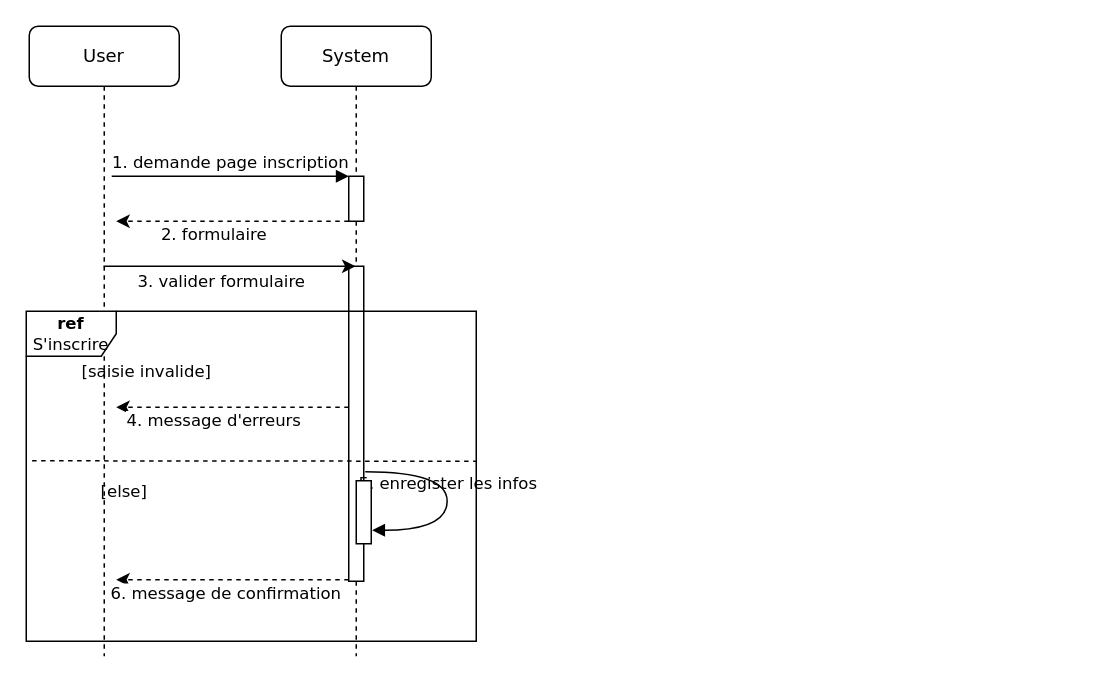
Above: uploads/Sequence.drawio in nourelhouda-taroudi/Maroc-Benevolat-Backend (draw.io), before the change. Source tidied: cells renumbered, new cells numbered last; positions are measured from the earlier drawing's top-left corner, leaving out a move shared by most shapes. Both pictures are drawn from the tidied source at 150%, with x=0, y=0 at pixel (26, 26).
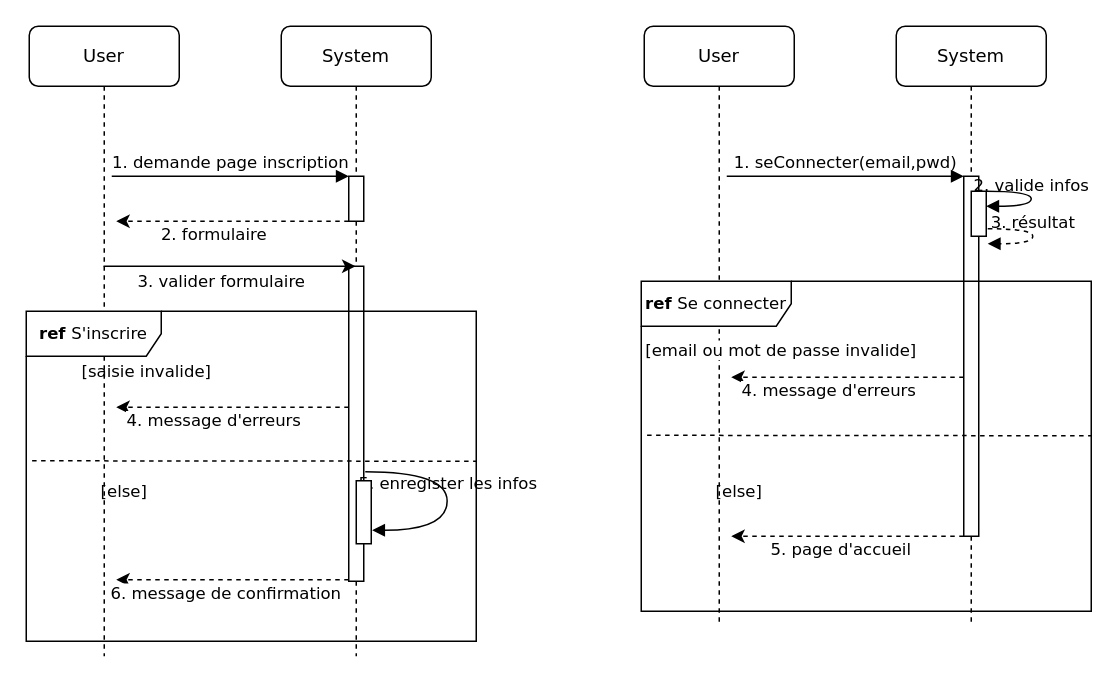
Above is the later version.

Change to the diagram source:
```diff
@@
-    <mxCell id="11" value="&lt;b&gt;ref &lt;/b&gt;S'inscrire" style="shape=umlFrame;whiteSpace=wrap;html=1;fontFamily=Verdana;fontSize=11;" parent="1" vertex="1">
+    <mxCell id="11" value="&lt;b&gt;ref &lt;/b&gt;S'inscrire" style="shape=umlFrame;whiteSpace=wrap;html=1;fontFamily=Verdana;fontSize=11;width=90;height=30;" parent="1" vertex="1">
       <mxGeometry y="190" width="300" height="220" as="geometry" />
     </mxCell>
@@
+    <mxCell id="21" value="System" style="shape=umlLifeline;perimeter=lifelinePerimeter;whiteSpace=wrap;html=1;rounded=1;shadow=0;comic=0;labelBackgroundColor=none;strokeWidth=1;fontFamily=Verdana;fontSize=12;align=center;" parent="1" vertex="1">
+      <mxGeometry x="580" width="100" height="400" as="geometry" />
+    </mxCell>
+    <mxCell id="22" style="html=1;points=[];perimeter=orthogonalPerimeter;rounded=0;shadow=0;comic=0;labelBackgroundColor=none;strokeWidth=1;fontFamily=Verdana;fontSize=12;align=center;" parent="21" vertex="1">
+      <mxGeometry x="45" y="100" width="10" height="240" as="geometry" />
+    </mxCell>
+    <mxCell id="23" value="&lt;font style=&quot;font-size: 11px;&quot;&gt;2. valide infos&lt;/font&gt;" style="html=1;verticalAlign=bottom;endArrow=block;labelBackgroundColor=none;fontFamily=Verdana;fontSize=12;elbow=vertical;edgeStyle=orthogonalEdgeStyle;curved=1;startArrow=none;" parent="21" edge="1" source="24">
+      <mxGeometry relative="1" as="geometry">
+        <mxPoint x="60" y="120" as="targetPoint" />
+        <Array as="points">
+          <mxPoint x="90" y="110" />
+          <mxPoint x="90" y="120" />
+        </Array>
+      </mxGeometry>
+    </mxCell>
+    <mxCell id="24" style="html=1;points=[];perimeter=orthogonalPerimeter;rounded=0;shadow=0;comic=0;labelBackgroundColor=none;strokeWidth=1;fontFamily=Verdana;fontSize=12;align=center;" parent="21" vertex="1">
+      <mxGeometry x="50" y="110" width="10" height="30" as="geometry" />
+    </mxCell>
+    <mxCell id="25" value="User" style="shape=umlLifeline;perimeter=lifelinePerimeter;whiteSpace=wrap;html=1;rounded=1;shadow=0;comic=0;labelBackgroundColor=none;strokeWidth=1;fontFamily=Verdana;fontSize=12;align=center;" parent="1" vertex="1">
+      <mxGeometry x="412" width="100" height="400" as="geometry" />
+    </mxCell>
+    <mxCell id="26" value="&lt;font style=&quot;font-size: 11px;&quot;&gt;1. seConnecter(email,pwd)&lt;/font&gt;" style="html=1;verticalAlign=bottom;endArrow=block;entryX=0;entryY=0;labelBackgroundColor=none;fontFamily=Verdana;fontSize=12;edgeStyle=elbowEdgeStyle;elbow=vertical;" parent="1" edge="1" target="22">
+      <mxGeometry relative="1" as="geometry">
+        <mxPoint x="467" y="100" as="sourcePoint" />
+      </mxGeometry>
+    </mxCell>
+    <mxCell id="27" value="&lt;b&gt;ref &lt;/b&gt;Se connecter" style="shape=umlFrame;whiteSpace=wrap;html=1;fontFamily=Verdana;fontSize=11;width=100;height=30;" parent="1" vertex="1">
+      <mxGeometry x="410" y="170" width="300" height="220" as="geometry" />
+    </mxCell>
+    <mxCell id="28" style="edgeStyle=orthogonalEdgeStyle;rounded=0;orthogonalLoop=1;jettySize=auto;html=1;dashed=1;" parent="1" edge="1">
+      <mxGeometry relative="1" as="geometry">
+        <mxPoint x="625" y="234" as="sourcePoint" />
+        <mxPoint x="470" y="234" as="targetPoint" />
+        <Array as="points">
+          <mxPoint x="600" y="234" />
+          <mxPoint x="600" y="234" />
+        </Array>
+      </mxGeometry>
+    </mxCell>
+    <mxCell id="29" value="&lt;font face=&quot;Verdana&quot; style=&quot;font-size: 11px;&quot;&gt;4. message d'erreurs&lt;/font&gt;" style="edgeLabel;html=1;align=center;verticalAlign=middle;" parent="28" vertex="1">
+      <mxGeometry x="0.17" y="8" relative="1" as="geometry" />
+    </mxCell>
+    <mxCell id="30" value="[&lt;span style=&quot;background-color: rgb(255, 255, 255);&quot;&gt;email ou mot de passe invalide&lt;/span&gt;]" style="text;html=1;align=center;verticalAlign=middle;strokeColor=none;fillColor=none;fontSize=11;fontFamily=Verdana;" parent="1" vertex="1">
+      <mxGeometry x="403" y="206" width="200" height="20" as="geometry" />
+    </mxCell>
+    <mxCell id="31" style="endArrow=none;dashed=1;html=1;rounded=0;fontFamily=Verdana;fontSize=11;exitX=0.013;exitY=0.467;exitDx=0;exitDy=0;exitPerimeter=0;" parent="1" edge="1">
+      <mxGeometry relative="1" as="geometry">
+        <mxPoint x="413.9" y="272.7" as="sourcePoint" />
+        <mxPoint x="710" y="273" as="targetPoint" />
+      </mxGeometry>
+    </mxCell>
+    <mxCell id="32" value="[else]" style="text;html=1;align=center;verticalAlign=middle;strokeColor=none;fillColor=none;fontSize=11;fontFamily=Verdana;" parent="1" vertex="1">
+      <mxGeometry x="450" y="300" width="50" height="20" as="geometry" />
+    </mxCell>
+    <mxCell id="33" style="edgeStyle=orthogonalEdgeStyle;rounded=0;orthogonalLoop=1;jettySize=auto;html=1;dashed=1;" parent="1" edge="1">
+      <mxGeometry relative="1" as="geometry">
+        <mxPoint x="625" y="340" as="sourcePoint" />
+        <mxPoint x="470" y="340" as="targetPoint" />
+        <Array as="points">
+          <mxPoint x="600" y="340" />
+          <mxPoint x="600" y="340" />
+        </Array>
+      </mxGeometry>
+    </mxCell>
+    <mxCell id="34" value="&lt;font face=&quot;Verdana&quot;&gt;5. page d'accueil&lt;/font&gt;" style="edgeLabel;html=1;align=center;verticalAlign=middle;" parent="33" vertex="1">
+      <mxGeometry x="0.17" y="8" relative="1" as="geometry">
+        <mxPoint x="8" as="offset" />
+      </mxGeometry>
+    </mxCell>
+    <mxCell id="35" value="&lt;font style=&quot;font-size: 11px;&quot;&gt;3. résultat&lt;/font&gt;" style="html=1;verticalAlign=bottom;endArrow=block;labelBackgroundColor=none;fontFamily=Verdana;fontSize=12;elbow=vertical;edgeStyle=orthogonalEdgeStyle;curved=1;startArrow=none;dashed=1;" parent="1" edge="1">
+      <mxGeometry relative="1" as="geometry">
+        <mxPoint x="641" y="135" as="sourcePoint" />
+        <mxPoint x="641" y="145" as="targetPoint" />
+        <Array as="points">
+          <mxPoint x="671" y="135" />
+          <mxPoint x="671" y="145" />
+        </Array>
+      </mxGeometry>
+    </mxCell>
```
